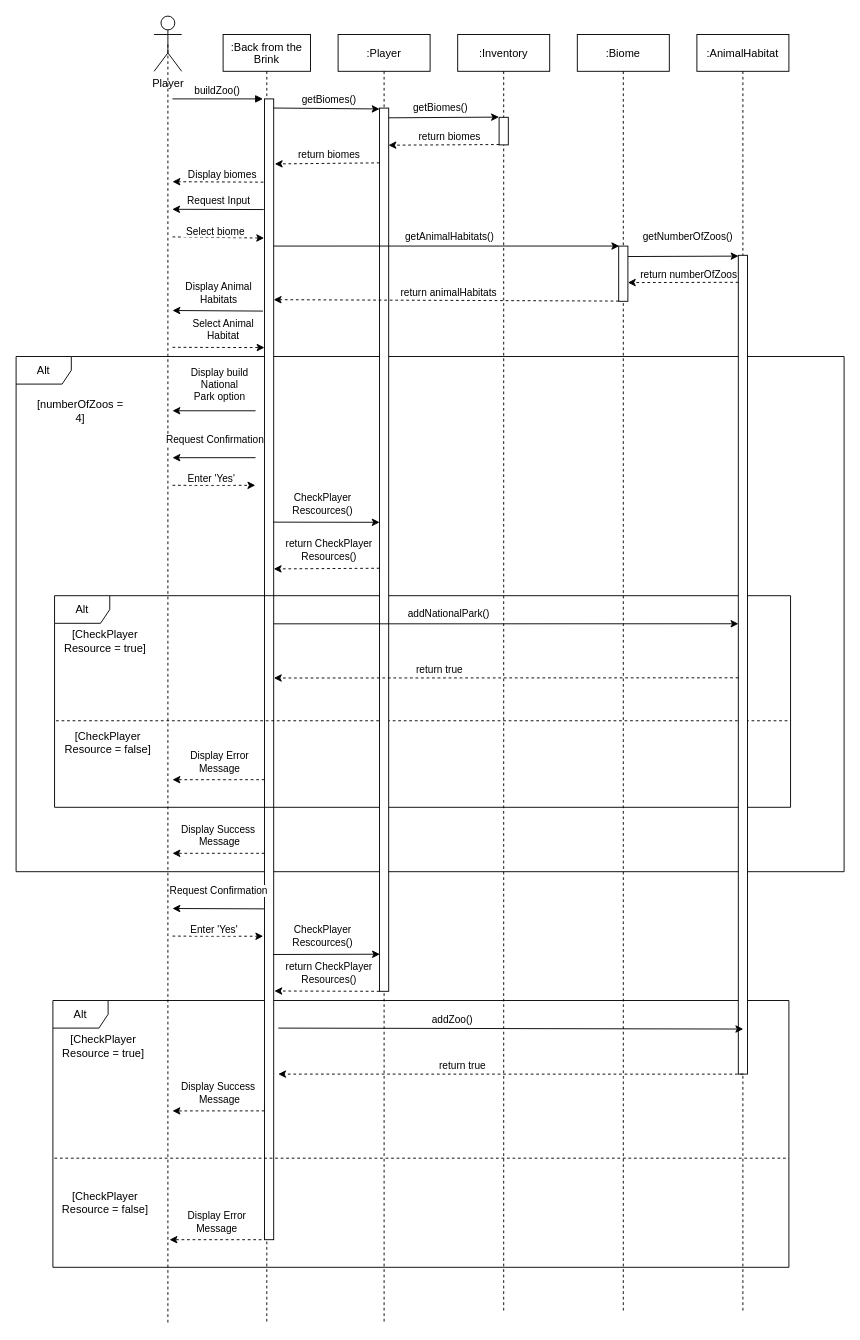
Above: Documentation/Sequence Diagrams/Build Zoo (Draft).drawio in cmcgarry5/csc2058-2021-g25 (draw.io), before the change. Source tidied: cells renumbered, new cells numbered last; positions are measured from the earlier drawing's top-left corner, leaving out a move shared by most shapes. Both pictures are drawn from the tidied source at 92%, with x=0, y=0 at pixel (16, 16).
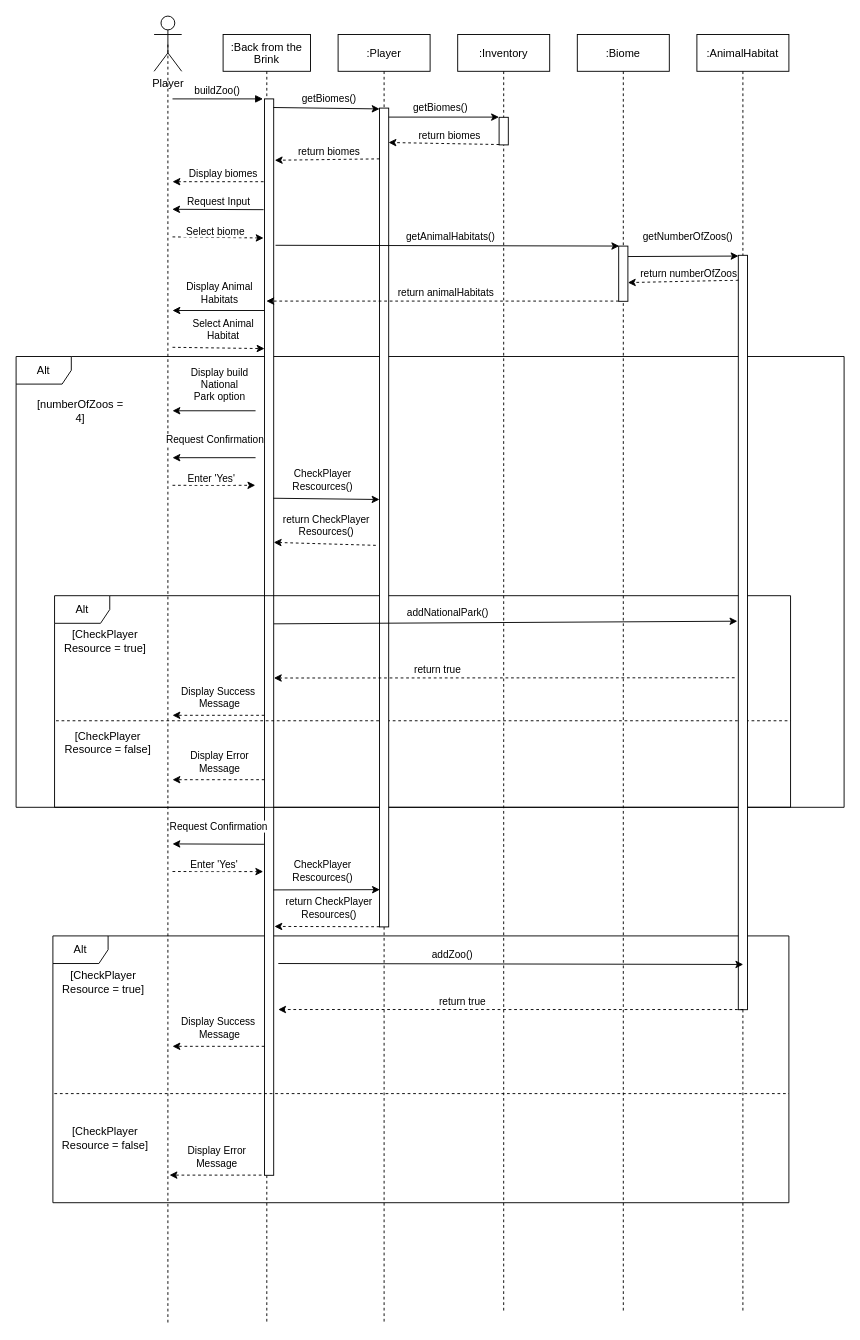
The same page after the edit.

The change refers to these unchanged cells:
```xml
<mxCell id="5" value=":Back from the&#10;Brink" style="shape=umlLifeline;perimeter=lifelinePerimeter;rounded=0;shadow=0;strokeWidth=1;" parent="1" vertex="1">
  <mxGeometry x="225" y="20" width="95" height="1400" as="geometry" />
</mxCell>
<mxCell id="8" value="Alt" style="shape=umlFrame;whiteSpace=wrap;html=1;fillColor=none;" parent="5" vertex="1">
  <mxGeometry x="-183.2" y="610" width="800" height="230" as="geometry" />
</mxCell>
<mxCell id="12" value=":Player" style="shape=umlLifeline;perimeter=lifelinePerimeter;rounded=0;shadow=0;strokeWidth=1;" parent="1" vertex="1">
  <mxGeometry x="350" y="20" width="100" height="1400" as="geometry" />
</mxCell>
<mxCell id="32" style="points=[];perimeter=orthogonalPerimeter;rounded=0;shadow=0;strokeWidth=1;" parent="31" vertex="1">
  <mxGeometry x="45" y="230" width="10" height="60" as="geometry" />
</mxCell>
<mxCell id="33" value=":AnimalHabitat" style="shape=umlLifeline;perimeter=lifelinePerimeter;rounded=0;shadow=0;strokeWidth=1;" parent="1" vertex="1">
  <mxGeometry x="740" y="20" width="100" height="1390" as="geometry" />
</mxCell>
```

Diff of the diagram source:
```diff
@@
     <mxCell id="2" value="Alt" style="shape=umlFrame;whiteSpace=wrap;html=1;fillColor=none;" parent="1" vertex="1">
-      <mxGeometry x="40" y="1070" width="800" height="290" as="geometry" />
+      <mxGeometry x="40" y="999.8" width="800" height="290" as="geometry" />
     </mxCell>
     <mxCell id="3" value="Alt" style="shape=umlFrame;whiteSpace=wrap;html=1;fillColor=none;" parent="1" vertex="1">
-      <mxGeometry y="370" width="900" height="560" as="geometry" />
+      <mxGeometry y="370" width="900" height="490" as="geometry" />
     </mxCell>
@@
     <mxCell id="6" style="points=[];perimeter=orthogonalPerimeter;rounded=0;shadow=0;strokeWidth=1;" parent="5" vertex="1">
-      <mxGeometry x="45" y="70" width="10" height="1240" as="geometry" />
+      <mxGeometry x="45" y="70" width="10" height="1170" as="geometry" />
     </mxCell>
@@
+    <mxCell id="61" style="endArrow=classic;html=1;dashed=1;" parent="5" edge="1">
+      <mxGeometry relative="1" as="geometry">
+        <mxPoint x="45" y="740" as="sourcePoint" />
+        <mxPoint x="-55" y="740" as="targetPoint" />
+      </mxGeometry>
+    </mxCell>
+    <mxCell id="62" value="Display Success&amp;nbsp;&lt;br&gt;Message" style="edgeLabel;html=1;align=center;verticalAlign=middle;" parent="61" vertex="1">
+      <mxGeometry x="-0.09" y="-1" relative="1" as="geometry">
+        <mxPoint x="-3.5" y="-19" as="offset" />
+      </mxGeometry>
+    </mxCell>
@@
     <mxCell id="13" style="points=[];perimeter=orthogonalPerimeter;rounded=0;shadow=0;strokeWidth=1;" parent="12" vertex="1">
-      <mxGeometry x="45" y="80" width="10" height="960" as="geometry" />
+      <mxGeometry x="45" y="80" width="10" height="890" as="geometry" />
     </mxCell>
@@
-    <mxCell id="20" style="endArrow=classic;html=1;dashed=1;exitX=-0.12;exitY=0.073;exitDx=0;exitDy=0;exitPerimeter=0;" parent="1" edge="1" source="6">
+    <mxCell id="20" style="endArrow=classic;html=1;dashed=1;" parent="1" edge="1">
       <mxGeometry relative="1" as="geometry">
+        <mxPoint x="269" y="180" as="sourcePoint" />
         <mxPoint x="170" y="180" as="targetPoint" />
       </mxGeometry>
     </mxCell>
@@
-    <mxCell id="27" style="endArrow=classic;html=1;exitX=-0.08;exitY=0.097;exitDx=0;exitDy=0;exitPerimeter=0;" parent="1" edge="1" source="6">
+    <mxCell id="27" style="endArrow=classic;html=1;exitX=0.463;exitY=0.136;exitDx=0;exitDy=0;exitPerimeter=0;" parent="1" edge="1" source="5">
       <mxGeometry relative="1" as="geometry">
         <mxPoint x="169.7" y="210" as="targetPoint" />
       </mxGeometry>
     </mxCell>
@@
-    <mxCell id="29" style="endArrow=classic;html=1;dashed=1;entryX=-0.04;entryY=0.122;entryDx=0;entryDy=0;entryPerimeter=0;" parent="1" edge="1" target="6">
+    <mxCell id="29" style="endArrow=classic;html=1;dashed=1;entryX=0.463;entryY=0.158;entryDx=0;entryDy=0;entryPerimeter=0;" parent="1" edge="1" target="5">
       <mxGeometry relative="1" as="geometry">
         <mxPoint x="170" y="240" as="sourcePoint" />
       </mxGeometry>
     </mxCell>
@@
     <mxCell id="34" style="points=[];perimeter=orthogonalPerimeter;rounded=0;shadow=0;strokeWidth=1;" parent="33" vertex="1">
-      <mxGeometry x="45" y="240" width="10" height="890" as="geometry" />
+      <mxGeometry x="45" y="240" width="10" height="820" as="geometry" />
     </mxCell>
-    <mxCell id="35" style="endArrow=classic;html=1;entryX=0.06;entryY=-0.001;entryDx=0;entryDy=0;entryPerimeter=0;exitX=1;exitY=0.129;exitDx=0;exitDy=0;exitPerimeter=0;" parent="1" edge="1" source="6" target="32">
+    <mxCell id="35" style="endArrow=classic;html=1;entryX=0.06;entryY=-0.001;entryDx=0;entryDy=0;entryPerimeter=0;exitX=1.2;exitY=0.136;exitDx=0;exitDy=0;exitPerimeter=0;" parent="1" edge="1" source="6" target="32">
       <mxGeometry relative="1" as="geometry" />
     </mxCell>
@@
-    <mxCell id="45" style="endArrow=classic;html=1;exitX=-0.16;exitY=0.186;exitDx=0;exitDy=0;exitPerimeter=0;" parent="1" edge="1" source="6">
+    <mxCell id="45" style="endArrow=classic;html=1;" parent="1" edge="1" source="6">
       <mxGeometry relative="1" as="geometry">
         <mxPoint x="170" y="320" as="targetPoint" />
       </mxGeometry>
     </mxCell>
@@
-    <mxCell id="47" style="endArrow=classic;html=1;dashed=1;entryX=0;entryY=0.218;entryDx=0;entryDy=0;entryPerimeter=0;" parent="1" edge="1" target="6">
+    <mxCell id="47" style="endArrow=classic;html=1;dashed=1;entryX=0;entryY=0.232;entryDx=0;entryDy=0;entryPerimeter=0;" parent="1" edge="1" target="6">
       <mxGeometry relative="1" as="geometry">
         <mxPoint x="170" y="360" as="sourcePoint" />
       </mxGeometry>
     </mxCell>
@@
-    <mxCell id="49" style="endArrow=classic;html=1;exitX=0.969;exitY=0.75;exitDx=0;exitDy=0;exitPerimeter=0;entryX=0.042;entryY=0.958;entryDx=0;entryDy=0;entryPerimeter=0;" parent="1" edge="1" source="6" target="13">
-      <mxGeometry relative="1" as="geometry" />
+    <mxCell id="49" style="endArrow=classic;html=1;exitX=0.969;exitY=0.75;exitDx=0;exitDy=0;exitPerimeter=0;entryX=0.042;entryY=0.958;entryDx=0;entryDy=0;entryPerimeter=0;" parent="1" edge="1">
+      <mxGeometry relative="1" as="geometry">
+        <mxPoint x="279.7" y="949.8" as="sourcePoint" />
+        <mxPoint x="395.4" y="949.5" as="targetPoint" />
+      </mxGeometry>
     </mxCell>
@@
-    <mxCell id="54" style="endArrow=classic;html=1;dashed=1;exitX=0.001;exitY=1;exitDx=0;exitDy=0;exitPerimeter=0;entryX=1.079;entryY=0.782;entryDx=0;entryDy=0;entryPerimeter=0;" parent="1" edge="1" source="13" target="6">
-      <mxGeometry relative="1" as="geometry" />
+    <mxCell id="54" style="endArrow=classic;html=1;dashed=1;exitX=0.001;exitY=1;exitDx=0;exitDy=0;exitPerimeter=0;entryX=1.079;entryY=0.782;entryDx=0;entryDy=0;entryPerimeter=0;" parent="1" edge="1">
+      <mxGeometry relative="1" as="geometry">
+        <mxPoint x="395" y="989.8" as="sourcePoint" />
+        <mxPoint x="280.8" y="989.5" as="targetPoint" />
+      </mxGeometry>
     </mxCell>
@@
-    <mxCell id="57" style="endArrow=classic;html=1;exitX=-0.061;exitY=0.71;exitDx=0;exitDy=0;exitPerimeter=0;" parent="1" edge="1" source="6">
+    <mxCell id="57" style="endArrow=classic;html=1;exitX=-0.061;exitY=0.71;exitDx=0;exitDy=0;exitPerimeter=0;" parent="1" edge="1">
       <mxGeometry relative="1" as="geometry">
-        <mxPoint x="170" y="970" as="targetPoint" />
+        <mxPoint x="269.4" y="900.2" as="sourcePoint" />
+        <mxPoint x="170" y="899.8" as="targetPoint" />
       </mxGeometry>
     </mxCell>
@@
-    <mxCell id="59" style="endArrow=classic;html=1;dashed=1;entryX=-0.14;entryY=0.734;entryDx=0;entryDy=0;entryPerimeter=0;" parent="1" edge="1" target="6">
+    <mxCell id="59" style="endArrow=classic;html=1;dashed=1;entryX=-0.14;entryY=0.734;entryDx=0;entryDy=0;entryPerimeter=0;" parent="1" edge="1">
       <mxGeometry relative="1" as="geometry">
-        <mxPoint x="170" y="1000" as="sourcePoint" />
+        <mxPoint x="170" y="929.8" as="sourcePoint" />
+        <mxPoint x="268.6" y="929.9" as="targetPoint" />
       </mxGeometry>
     </mxCell>
@@
-    <mxCell id="61" style="endArrow=classic;html=1;dashed=1;" parent="1" edge="1">
-      <mxGeometry relative="1" as="geometry">
-        <mxPoint x="270" y="910" as="sourcePoint" />
-        <mxPoint x="170" y="910" as="targetPoint" />
-      </mxGeometry>
-    </mxCell>
-    <mxCell id="62" value="Display Success&amp;nbsp;&lt;br&gt;Message" style="edgeLabel;html=1;align=center;verticalAlign=middle;" parent="61" vertex="1">
-      <mxGeometry x="-0.09" y="-1" relative="1" as="geometry">
-        <mxPoint x="-3.5" y="-19" as="offset" />
-      </mxGeometry>
-    </mxCell>
     <mxCell id="63" style="endArrow=classic;html=1;dashed=1;" parent="1" edge="1">
       <mxGeometry relative="1" as="geometry">
-        <mxPoint x="270" y="1190" as="sourcePoint" />
-        <mxPoint x="170" y="1190" as="targetPoint" />
+        <mxPoint x="270" y="1119.8" as="sourcePoint" />
+        <mxPoint x="170" y="1119.8" as="targetPoint" />
       </mxGeometry>
     </mxCell>
@@
-    <mxCell id="65" style="endArrow=classic;html=1;dashed=1;entryX=1;entryY=0.176;entryDx=0;entryDy=0;entryPerimeter=0;exitX=0.014;exitY=0.996;exitDx=0;exitDy=0;exitPerimeter=0;" parent="1" edge="1" source="32" target="6">
+    <mxCell id="65" style="endArrow=classic;html=1;dashed=1;exitX=0.014;exitY=0.996;exitDx=0;exitDy=0;exitPerimeter=0;" parent="1" edge="1" source="32" target="5">
       <mxGeometry relative="1" as="geometry" />
     </mxCell>
@@
-    <mxCell id="67" style="endArrow=classic;html=1;exitX=0.953;exitY=0.371;exitDx=0;exitDy=0;exitPerimeter=0;entryX=0.012;entryY=0.469;entryDx=0;entryDy=0;entryPerimeter=0;" parent="1" edge="1" source="6" target="13">
+    <mxCell id="67" style="endArrow=classic;html=1;exitX=0.953;exitY=0.371;exitDx=0;exitDy=0;exitPerimeter=0;entryX=0;entryY=0.478;entryDx=0;entryDy=0;entryPerimeter=0;" parent="1" edge="1" source="6" target="13">
       <mxGeometry relative="1" as="geometry" />
     </mxCell>
@@
-    <mxCell id="69" style="endArrow=classic;html=1;dashed=1;exitX=0.001;exitY=0.521;exitDx=0;exitDy=0;exitPerimeter=0;entryX=1.003;entryY=0.412;entryDx=0;entryDy=0;entryPerimeter=0;" parent="1" edge="1" source="13" target="6">
+    <mxCell id="69" style="endArrow=classic;html=1;dashed=1;exitX=-0.4;exitY=0.534;exitDx=0;exitDy=0;exitPerimeter=0;entryX=1.003;entryY=0.412;entryDx=0;entryDy=0;entryPerimeter=0;" parent="1" edge="1" source="13" target="6">
       <mxGeometry relative="1" as="geometry" />
     </mxCell>
@@
     <mxCell id="72" style="endArrow=classic;html=1;dashed=1;" parent="1" edge="1">
       <mxGeometry relative="1" as="geometry">
-        <mxPoint x="266.8" y="1330" as="sourcePoint" />
-        <mxPoint x="166.8" y="1330" as="targetPoint" />
+        <mxPoint x="266.8" y="1259.8" as="sourcePoint" />
+        <mxPoint x="166.8" y="1259.8" as="targetPoint" />
       </mxGeometry>
     </mxCell>
@@
     <mxCell id="74" value="[CheckPlayer&lt;br&gt;Resource = true]" style="text;html=1;strokeColor=none;fillColor=none;align=center;verticalAlign=middle;whiteSpace=wrap;rounded=0;" parent="1" vertex="1">
-      <mxGeometry x="45" y="1100" width="100" height="40" as="geometry" />
+      <mxGeometry x="45" y="1029.8" width="100" height="40" as="geometry" />
     </mxCell>
     <mxCell id="75" value="[CheckPlayer&lt;br&gt;Resource = false]" style="text;html=1;strokeColor=none;fillColor=none;align=center;verticalAlign=middle;whiteSpace=wrap;rounded=0;" parent="1" vertex="1">
-      <mxGeometry x="46.8" y="1270" width="100" height="40" as="geometry" />
+      <mxGeometry x="46.8" y="1199.8" width="100" height="40" as="geometry" />
     </mxCell>
-    <mxCell id="76" style="endArrow=classic;html=1;entryX=0.013;entryY=0.45;entryDx=0;entryDy=0;entryPerimeter=0;exitX=0.298;exitY=0.133;exitDx=0;exitDy=0;exitPerimeter=0;" parent="1" edge="1" source="8" target="34">
+    <mxCell id="76" style="endArrow=classic;html=1;entryX=-0.1;entryY=0.485;entryDx=0;entryDy=0;entryPerimeter=0;exitX=0.298;exitY=0.133;exitDx=0;exitDy=0;exitPerimeter=0;" parent="1" edge="1" source="8" target="34">
       <mxGeometry relative="1" as="geometry" />
     </mxCell>
@@
     <mxCell id="78" style="endArrow=classic;html=1;entryX=0.938;entryY=0.107;entryDx=0;entryDy=0;entryPerimeter=0;" parent="1" edge="1" target="2">
       <mxGeometry relative="1" as="geometry">
-        <mxPoint x="285" y="1100" as="sourcePoint" />
+        <mxPoint x="285" y="1029.8" as="sourcePoint" />
       </mxGeometry>
     </mxCell>
@@
     <mxCell id="80" style="endArrow=classic;html=1;dashed=1;entryX=0.31;entryY=0.389;entryDx=0;entryDy=0;entryPerimeter=0;exitX=0.938;exitY=0.276;exitDx=0;exitDy=0;exitPerimeter=0;" parent="1" edge="1" source="2">
       <mxGeometry relative="1" as="geometry">
-        <mxPoint x="284.9" y="1150" as="targetPoint" />
+        <mxPoint x="284.9" y="1079.8" as="targetPoint" />
       </mxGeometry>
     </mxCell>
@@
-    <mxCell id="82" style="endArrow=classic;html=1;dashed=1;entryX=0.298;entryY=0.389;entryDx=0;entryDy=0;entryPerimeter=0;exitX=0.013;exitY=0.516;exitDx=0;exitDy=0;exitPerimeter=0;" parent="1" edge="1" source="34" target="8">
+    <mxCell id="82" style="endArrow=classic;html=1;dashed=1;entryX=0.298;entryY=0.389;entryDx=0;entryDy=0;entryPerimeter=0;exitX=-0.4;exitY=0.56;exitDx=0;exitDy=0;exitPerimeter=0;" parent="1" edge="1" source="34" target="8">
       <mxGeometry relative="1" as="geometry" />
     </mxCell>
```
